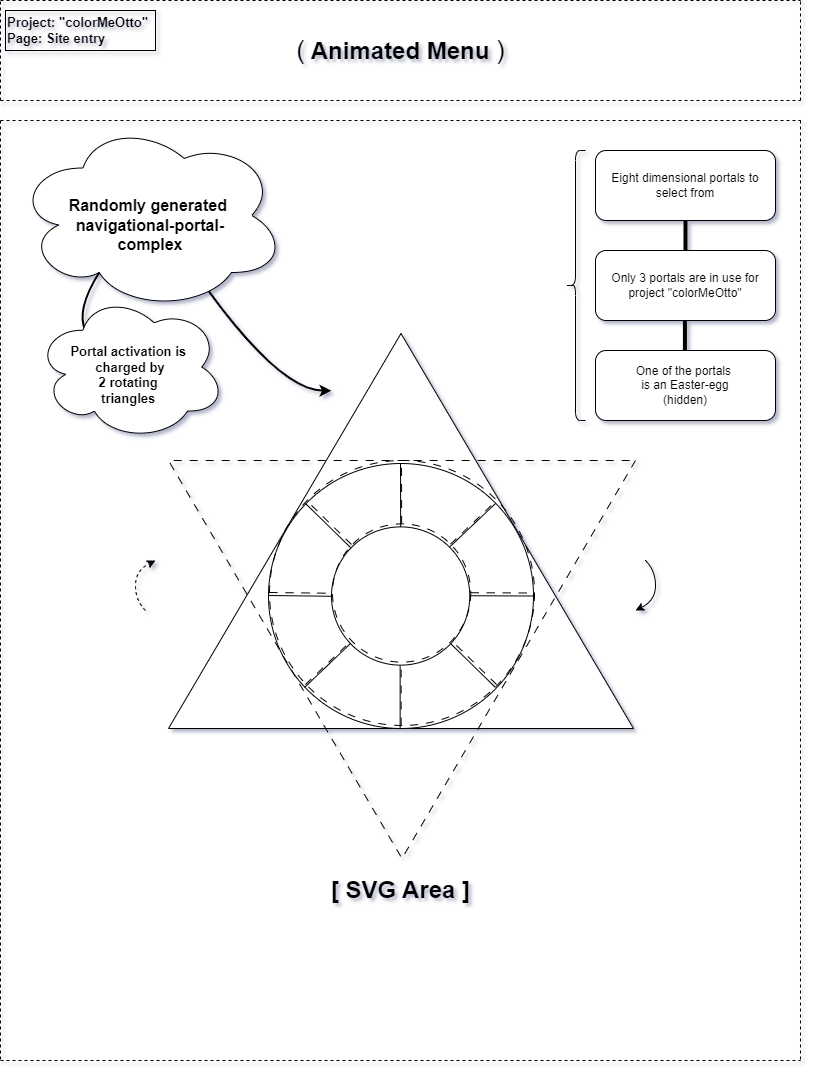
This is Wireframes/Navigational_Portal_Blueprint (Pg. 1).png from CGOdom/colorMeOtto, a draw.io export, as it was before one commit. Source tidied: cells renumbered, new cells last; positions are measured from the earlier drawing's top-left corner, leaving out a move shared by most shapes. Source of this version:
```xml
<mxGraphModel background="#ffffff" shadow="1">
  <root>
    <mxCell id="0" />
    <mxCell id="1" parent="0" />
    <mxCell id="2" style="endArrow=none;dashed=1;html=1;rounded=0;" parent="1" edge="1">
      <mxGeometry relative="1" as="geometry">
        <mxPoint as="sourcePoint" />
        <mxPoint x="800" as="targetPoint" />
      </mxGeometry>
    </mxCell>
    <mxCell id="3" style="endArrow=none;dashed=1;html=1;rounded=0;" parent="1" edge="1">
      <mxGeometry relative="1" as="geometry">
        <mxPoint y="100" as="sourcePoint" />
        <mxPoint x="800" y="100" as="targetPoint" />
      </mxGeometry>
    </mxCell>
    <mxCell id="4" style="endArrow=none;dashed=1;html=1;rounded=0;" parent="1" edge="1">
      <mxGeometry relative="1" as="geometry">
        <mxPoint y="100" as="sourcePoint" />
        <mxPoint as="targetPoint" />
      </mxGeometry>
    </mxCell>
    <mxCell id="5" style="endArrow=none;dashed=1;html=1;rounded=0;" parent="1" edge="1">
      <mxGeometry relative="1" as="geometry">
        <mxPoint x="800" y="100" as="sourcePoint" />
        <mxPoint x="800" as="targetPoint" />
      </mxGeometry>
    </mxCell>
    <mxCell id="6" style="endArrow=none;dashed=1;html=1;rounded=0;" parent="1" edge="1">
      <mxGeometry relative="1" as="geometry">
        <mxPoint y="120" as="sourcePoint" />
        <mxPoint x="800" y="120" as="targetPoint" />
      </mxGeometry>
    </mxCell>
    <mxCell id="7" style="endArrow=none;dashed=1;html=1;rounded=0;" parent="1" edge="1">
      <mxGeometry relative="1" as="geometry">
        <mxPoint y="1060" as="sourcePoint" />
        <mxPoint x="800" y="1060" as="targetPoint" />
      </mxGeometry>
    </mxCell>
    <mxCell id="8" style="endArrow=none;dashed=1;html=1;rounded=0;" parent="1" edge="1">
      <mxGeometry relative="1" as="geometry">
        <mxPoint y="120" as="sourcePoint" />
        <mxPoint y="1060" as="targetPoint" />
      </mxGeometry>
    </mxCell>
    <mxCell id="9" style="endArrow=none;dashed=1;html=1;rounded=0;" parent="1" edge="1">
      <mxGeometry relative="1" as="geometry">
        <mxPoint x="800" y="120" as="sourcePoint" />
        <mxPoint x="800" y="1060" as="targetPoint" />
      </mxGeometry>
    </mxCell>
    <mxCell id="10" value="&lt;span style=&quot;font-weight: normal;&quot;&gt;&lt;font style=&quot;font-size: 26px;&quot;&gt;(&lt;/font&gt;&lt;/span&gt; Animated Menu &lt;span style=&quot;font-weight: normal;&quot;&gt;&lt;font style=&quot;font-size: 26px;&quot;&gt;)&lt;/font&gt;&lt;/span&gt;" style="text;strokeColor=none;fillColor=none;html=1;fontSize=24;fontStyle=1;verticalAlign=middle;align=center;" parent="1" vertex="1">
      <mxGeometry x="350" y="30" width="100" height="40" as="geometry" />
    </mxCell>
    <mxCell id="11" style="triangle;whiteSpace=wrap;html=1;direction=north;" parent="1" vertex="1">
      <mxGeometry x="168" y="333" width="465" height="395" as="geometry" />
    </mxCell>
    <mxCell id="12" value="[ SVG Area ]" style="text;strokeColor=none;fillColor=none;html=1;fontSize=24;fontStyle=1;verticalAlign=middle;align=center;" parent="1" vertex="1">
      <mxGeometry x="350" y="870" width="100" height="40" as="geometry" />
    </mxCell>
    <mxCell id="13" style="ellipse;whiteSpace=wrap;html=1;" parent="1" vertex="1">
      <mxGeometry x="268" y="463" width="265" height="265" as="geometry" />
    </mxCell>
    <mxCell id="14" style="ellipse;whiteSpace=wrap;html=1;" parent="1" vertex="1">
      <mxGeometry x="331" y="526.4" width="138.2" height="138.2" as="geometry" />
    </mxCell>
    <mxCell id="15" style="endArrow=none;html=1;rounded=0;entryX=0.298;entryY=0.015;entryDx=0;entryDy=0;entryPerimeter=0;" parent="1" edge="1" source="14">
      <mxGeometry relative="1" as="geometry">
        <mxPoint x="400" y="463" as="targetPoint" />
      </mxGeometry>
    </mxCell>
    <mxCell id="16" style="endArrow=none;html=1;rounded=0;entryX=0.298;entryY=0.015;entryDx=0;entryDy=0;entryPerimeter=0;" parent="1" edge="1">
      <mxGeometry relative="1" as="geometry">
        <mxPoint x="399.6" y="728" as="sourcePoint" />
        <mxPoint x="399.6" y="665" as="targetPoint" />
      </mxGeometry>
    </mxCell>
    <mxCell id="17" style="endArrow=none;html=1;rounded=0;entryX=1;entryY=0.5;entryDx=0;entryDy=0;" parent="1" edge="1" target="13">
      <mxGeometry relative="1" as="geometry">
        <mxPoint x="469.2" y="595.2" as="sourcePoint" />
      </mxGeometry>
    </mxCell>
    <mxCell id="18" style="endArrow=none;html=1;rounded=0;entryX=1;entryY=0.5;entryDx=0;entryDy=0;" parent="1" edge="1">
      <mxGeometry relative="1" as="geometry">
        <mxPoint x="268" y="595" as="sourcePoint" />
        <mxPoint x="331.8" y="595.8" as="targetPoint" />
      </mxGeometry>
    </mxCell>
    <mxCell id="19" style="endArrow=none;html=1;rounded=0;exitX=1;exitY=0;exitDx=0;exitDy=0;" parent="1" edge="1" source="14">
      <mxGeometry relative="1" as="geometry">
        <mxPoint x="495" y="503" as="targetPoint" />
      </mxGeometry>
    </mxCell>
    <mxCell id="20" style="endArrow=none;html=1;rounded=0;exitX=1;exitY=0;exitDx=0;exitDy=0;" parent="1" edge="1">
      <mxGeometry relative="1" as="geometry">
        <mxPoint x="304" y="687" as="sourcePoint" />
        <mxPoint x="350" y="643" as="targetPoint" />
      </mxGeometry>
    </mxCell>
    <mxCell id="21" style="endArrow=none;html=1;rounded=0;exitX=1;exitY=0;exitDx=0;exitDy=0;" parent="1" edge="1">
      <mxGeometry relative="1" as="geometry">
        <mxPoint x="350" y="547" as="sourcePoint" />
        <mxPoint x="305" y="503" as="targetPoint" />
      </mxGeometry>
    </mxCell>
    <mxCell id="22" style="endArrow=none;html=1;rounded=0;exitX=1;exitY=0;exitDx=0;exitDy=0;" parent="1" edge="1">
      <mxGeometry relative="1" as="geometry">
        <mxPoint x="495" y="687" as="sourcePoint" />
        <mxPoint x="450" y="643" as="targetPoint" />
      </mxGeometry>
    </mxCell>
    <mxCell id="23" value="&lt;div&gt;&lt;b&gt;&lt;font style=&quot;font-size: 16px;&quot;&gt;&lt;br&gt;&lt;/font&gt;&lt;/b&gt;&lt;/div&gt;&lt;b&gt;&lt;font style=&quot;font-size: 16px;&quot;&gt;Randomly&amp;nbsp;&lt;/font&gt;&lt;/b&gt;&lt;b style=&quot;background-color: initial;&quot;&gt;&lt;font style=&quot;font-size: 16px;&quot;&gt;generated&amp;nbsp;&lt;/font&gt;&lt;/b&gt;&lt;div&gt;&lt;b style=&quot;background-color: initial;&quot;&gt;&lt;font style=&quot;font-size: 16px;&quot;&gt;navigational-&lt;/font&gt;&lt;/b&gt;&lt;b style=&quot;background-color: initial; font-size: 16px;&quot;&gt;portal&lt;/b&gt;&lt;b style=&quot;background-color: initial; font-size: 16px;&quot;&gt;-&lt;/b&gt;&lt;/div&gt;&lt;div&gt;&lt;b style=&quot;background-color: initial; font-size: 16px;&quot;&gt;complex&lt;/b&gt;&lt;/div&gt;" style="ellipse;shape=cloud;whiteSpace=wrap;html=1;" parent="1" vertex="1">
      <mxGeometry x="15" y="120" width="270" height="190" as="geometry" />
    </mxCell>
    <mxCell id="24" style="curved=1;endArrow=classic;html=1;rounded=0;strokeWidth=2;exitX=0.716;exitY=0.899;exitDx=0;exitDy=0;exitPerimeter=0;" parent="1" edge="1" source="23">
      <mxGeometry relative="1" as="geometry">
        <mxPoint x="331" y="390.2" as="targetPoint" />
        <Array as="points">
          <mxPoint x="281" y="390.2" />
        </Array>
      </mxGeometry>
    </mxCell>
    <mxCell id="25" value="Eight dimensional portals to select from" style="rounded=1;whiteSpace=wrap;html=1;" parent="1" vertex="1">
      <mxGeometry x="595" y="150" width="180" height="70" as="geometry" />
    </mxCell>
    <mxCell id="26" value="Only 3 portals are in use for project&amp;nbsp;&lt;span style=&quot;background-color: initial;&quot;&gt;&quot;colorMeOtto&quot;&lt;/span&gt;" style="rounded=1;whiteSpace=wrap;html=1;" parent="1" vertex="1">
      <mxGeometry x="595" y="250" width="180" height="70" as="geometry" />
    </mxCell>
    <mxCell id="27" value="One of the portals&amp;nbsp;&lt;div&gt;is an Easter-egg&lt;/div&gt;&lt;div&gt;(hidden)&lt;/div&gt;" style="rounded=1;whiteSpace=wrap;html=1;" parent="1" vertex="1">
      <mxGeometry x="595" y="350" width="180" height="70" as="geometry" />
    </mxCell>
    <mxCell id="28" style="endArrow=none;html=1;rounded=0;entryX=0.5;entryY=1;entryDx=0;entryDy=0;fontStyle=1;fontSize=16;strokeWidth=4;" parent="1" edge="1" target="25">
      <mxGeometry relative="1" as="geometry">
        <mxPoint x="685" y="250" as="sourcePoint" />
      </mxGeometry>
    </mxCell>
    <mxCell id="29" style="endArrow=none;html=1;rounded=0;entryX=0.5;entryY=1;entryDx=0;entryDy=0;strokeWidth=4;" parent="1" edge="1">
      <mxGeometry relative="1" as="geometry">
        <mxPoint x="684.4" y="350" as="sourcePoint" />
        <mxPoint x="684.4" y="320" as="targetPoint" />
      </mxGeometry>
    </mxCell>
    <mxCell id="30" style="shape=curlyBracket;whiteSpace=wrap;html=1;rounded=1;labelPosition=left;verticalLabelPosition=middle;align=right;verticalAlign=middle;" parent="1" vertex="1">
      <mxGeometry x="565" y="150" width="20" height="270" as="geometry" />
    </mxCell>
    <mxCell id="31" style="triangle;whiteSpace=wrap;html=1;direction=south;fillColor=none;dashed=1;dashPattern=8 8;" parent="1" vertex="1">
      <mxGeometry x="168" y="460" width="467" height="398" as="geometry" />
    </mxCell>
    <mxCell id="32" style="ellipse;whiteSpace=wrap;html=1;fillColor=none;dashed=1;dashPattern=8 8;" parent="1" vertex="1">
      <mxGeometry x="269" y="460" width="265" height="265" as="geometry" />
    </mxCell>
    <mxCell id="33" style="ellipse;whiteSpace=wrap;html=1;fillColor=none;dashed=1;dashPattern=8 8;" parent="1" vertex="1">
      <mxGeometry x="332" y="523.4" width="138.2" height="138.2" as="geometry" />
    </mxCell>
    <mxCell id="34" style="endArrow=none;html=1;rounded=0;entryX=0.298;entryY=0.015;entryDx=0;entryDy=0;entryPerimeter=0;fillColor=none;dashed=1;dashPattern=8 8;" parent="1" edge="1" source="33">
      <mxGeometry relative="1" as="geometry">
        <mxPoint x="401" y="460" as="targetPoint" />
      </mxGeometry>
    </mxCell>
    <mxCell id="35" style="endArrow=none;html=1;rounded=0;entryX=0.298;entryY=0.015;entryDx=0;entryDy=0;entryPerimeter=0;fillColor=none;dashed=1;dashPattern=8 8;" parent="1" edge="1">
      <mxGeometry relative="1" as="geometry">
        <mxPoint x="400.6" y="725" as="sourcePoint" />
        <mxPoint x="400.6" y="662" as="targetPoint" />
      </mxGeometry>
    </mxCell>
    <mxCell id="36" style="endArrow=none;html=1;rounded=0;entryX=1;entryY=0.5;entryDx=0;entryDy=0;fillColor=none;dashed=1;dashPattern=8 8;" parent="1" edge="1" target="32">
      <mxGeometry relative="1" as="geometry">
        <mxPoint x="470.2" y="592.2" as="sourcePoint" />
      </mxGeometry>
    </mxCell>
    <mxCell id="37" style="endArrow=none;html=1;rounded=0;entryX=1;entryY=0.5;entryDx=0;entryDy=0;fillColor=none;dashed=1;dashPattern=8 8;" parent="1" edge="1">
      <mxGeometry relative="1" as="geometry">
        <mxPoint x="269" y="592" as="sourcePoint" />
        <mxPoint x="332.8" y="592.8" as="targetPoint" />
      </mxGeometry>
    </mxCell>
    <mxCell id="38" style="endArrow=none;html=1;rounded=0;exitX=1;exitY=0;exitDx=0;exitDy=0;fillColor=none;dashed=1;dashPattern=8 8;" parent="1" edge="1" source="33">
      <mxGeometry relative="1" as="geometry">
        <mxPoint x="496" y="500" as="targetPoint" />
      </mxGeometry>
    </mxCell>
    <mxCell id="39" style="endArrow=none;html=1;rounded=0;exitX=1;exitY=0;exitDx=0;exitDy=0;fillColor=none;dashed=1;dashPattern=8 8;" parent="1" edge="1">
      <mxGeometry relative="1" as="geometry">
        <mxPoint x="305" y="684" as="sourcePoint" />
        <mxPoint x="351" y="640" as="targetPoint" />
      </mxGeometry>
    </mxCell>
    <mxCell id="40" style="endArrow=none;html=1;rounded=0;exitX=1;exitY=0;exitDx=0;exitDy=0;fillColor=none;dashed=1;dashPattern=8 8;" parent="1" edge="1">
      <mxGeometry relative="1" as="geometry">
        <mxPoint x="351" y="544" as="sourcePoint" />
        <mxPoint x="306" y="500" as="targetPoint" />
      </mxGeometry>
    </mxCell>
    <mxCell id="41" style="endArrow=none;html=1;rounded=0;exitX=1;exitY=0;exitDx=0;exitDy=0;fillColor=none;dashed=1;dashPattern=8 8;" parent="1" edge="1">
      <mxGeometry relative="1" as="geometry">
        <mxPoint x="496" y="684" as="sourcePoint" />
        <mxPoint x="451" y="640" as="targetPoint" />
      </mxGeometry>
    </mxCell>
    <mxCell id="42" style="endArrow=none;html=1;rounded=0;curved=1;strokeWidth=2;entryX=0.31;entryY=0.8;entryDx=0;entryDy=0;entryPerimeter=0;" parent="1" edge="1" target="23">
      <mxGeometry relative="1" as="geometry">
        <mxPoint x="85" y="330" as="sourcePoint" />
        <Array as="points">
          <mxPoint x="75" y="310" />
        </Array>
      </mxGeometry>
    </mxCell>
    <mxCell id="43" value="&lt;div style=&quot;font-size: 13px;&quot;&gt;&lt;b&gt;&lt;font style=&quot;font-size: 13px;&quot;&gt;&lt;br&gt;&lt;/font&gt;&lt;/b&gt;&lt;/div&gt;&lt;b style=&quot;font-size: 13px;&quot;&gt;&lt;font style=&quot;font-size: 13px;&quot;&gt;Portal activation is&amp;nbsp;&lt;/font&gt;&lt;/b&gt;&lt;div&gt;&lt;b style=&quot;font-size: 13px;&quot;&gt;&lt;font style=&quot;font-size: 13px;&quot;&gt;charged by&lt;/font&gt;&lt;/b&gt;&lt;div&gt;&lt;div style=&quot;font-size: 13px;&quot;&gt;&lt;b&gt;&lt;font style=&quot;font-size: 13px;&quot;&gt;2 rotating&amp;nbsp;&lt;/font&gt;&lt;/b&gt;&lt;/div&gt;&lt;div style=&quot;font-size: 13px;&quot;&gt;&lt;b&gt;&lt;font style=&quot;font-size: 13px;&quot;&gt;triangles&amp;nbsp;&lt;/font&gt;&lt;/b&gt;&lt;/div&gt;&lt;/div&gt;&lt;/div&gt;" style="ellipse;shape=cloud;whiteSpace=wrap;html=1;align=center;" parent="1" vertex="1">
      <mxGeometry x="35" y="293" width="190" height="147" as="geometry" />
    </mxCell>
    <mxCell id="44" style="curved=1;endArrow=classic;html=1;rounded=0;dashed=1;" parent="1" edge="1">
      <mxGeometry relative="1" as="geometry">
        <mxPoint x="145" y="610" as="sourcePoint" />
        <mxPoint x="155" y="560" as="targetPoint" />
        <Array as="points">
          <mxPoint x="135" y="600" />
          <mxPoint x="135" y="570" />
        </Array>
      </mxGeometry>
    </mxCell>
    <mxCell id="45" style="curved=1;endArrow=classic;html=1;rounded=0;" parent="1" edge="1">
      <mxGeometry relative="1" as="geometry">
        <mxPoint x="645" y="560" as="sourcePoint" />
        <mxPoint x="635" y="610" as="targetPoint" />
        <Array as="points">
          <mxPoint x="655" y="570" />
          <mxPoint x="655" y="600" />
        </Array>
      </mxGeometry>
    </mxCell>
    <mxCell id="46" value="&lt;b style=&quot;font-size: 13px;&quot;&gt;&lt;font style=&quot;font-size: 13px;&quot;&gt;Project: &quot;colorMeOtto&quot;&lt;/font&gt;&lt;/b&gt;&lt;div style=&quot;font-size: 13px;&quot;&gt;&lt;b style=&quot;&quot;&gt;&lt;font style=&quot;font-size: 13px;&quot;&gt;Page: Site entry&lt;/font&gt;&lt;/b&gt;&lt;/div&gt;" style="text;html=1;align=left;verticalAlign=middle;whiteSpace=wrap;rounded=0;" parent="1" vertex="1">
      <mxGeometry x="5" y="10" width="160" height="40" as="geometry" />
    </mxCell>
    <mxCell id="47" style="rounded=0;whiteSpace=wrap;html=1;fillColor=none;" parent="1" vertex="1">
      <mxGeometry x="5" y="10" width="150" height="40" as="geometry" />
    </mxCell>
  </root>
</mxGraphModel>
```
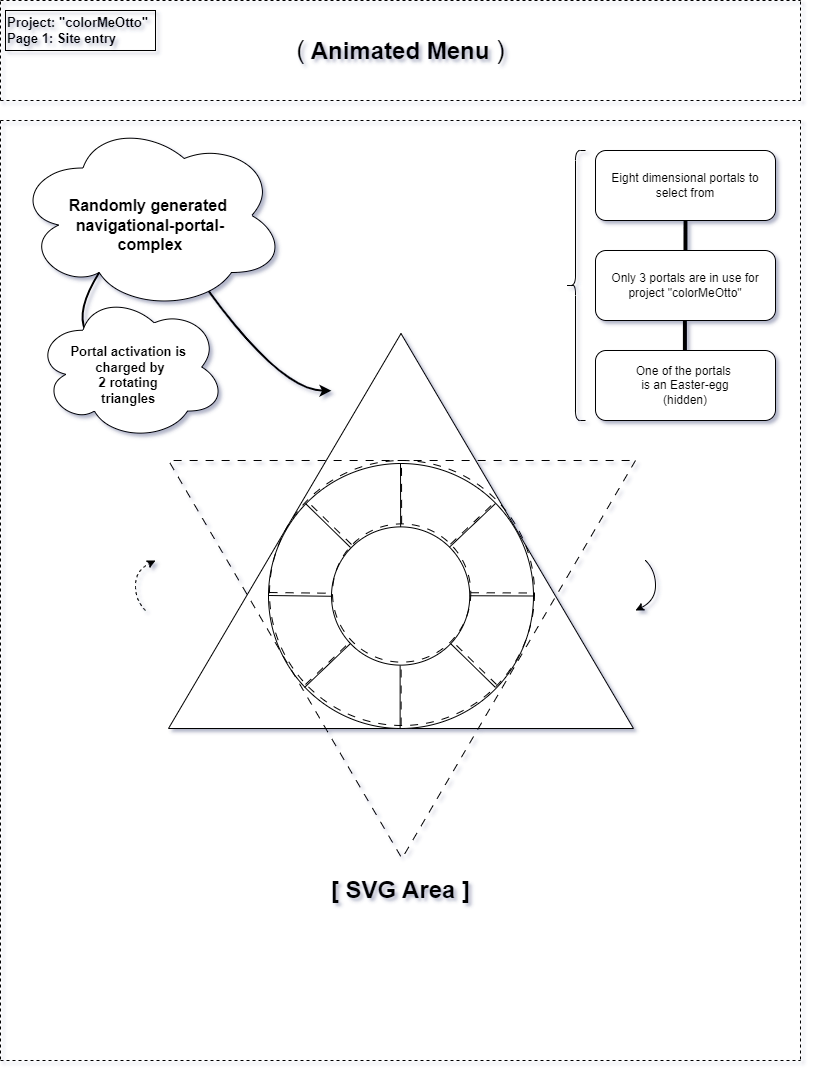
After the commit.

The edit, as a diff of the source:
```diff
@@ -229,7 +229,7 @@
         </Array>
       </mxGeometry>
     </mxCell>
-    <mxCell id="46" value="&lt;b style=&quot;font-size: 13px;&quot;&gt;&lt;font style=&quot;font-size: 13px;&quot;&gt;Project: &quot;colorMeOtto&quot;&lt;/font&gt;&lt;/b&gt;&lt;div style=&quot;font-size: 13px;&quot;&gt;&lt;b style=&quot;&quot;&gt;&lt;font style=&quot;font-size: 13px;&quot;&gt;Page: Site entry&lt;/font&gt;&lt;/b&gt;&lt;/div&gt;" style="text;html=1;align=left;verticalAlign=middle;whiteSpace=wrap;rounded=0;" parent="1" vertex="1">
+    <mxCell id="46" value="&lt;b style=&quot;font-size: 13px;&quot;&gt;&lt;font style=&quot;font-size: 13px;&quot;&gt;Project: &quot;colorMeOtto&quot;&lt;/font&gt;&lt;/b&gt;&lt;div style=&quot;font-size: 13px;&quot;&gt;&lt;b style=&quot;&quot;&gt;&lt;font style=&quot;font-size: 13px;&quot;&gt;Page 1: Site entry&lt;/font&gt;&lt;/b&gt;&lt;/div&gt;" style="text;html=1;align=left;verticalAlign=middle;whiteSpace=wrap;rounded=0;" parent="1" vertex="1">
       <mxGeometry x="5" y="10" width="160" height="40" as="geometry" />
     </mxCell>
     <mxCell id="47" style="rounded=0;whiteSpace=wrap;html=1;fillColor=none;" parent="1" vertex="1">
```
